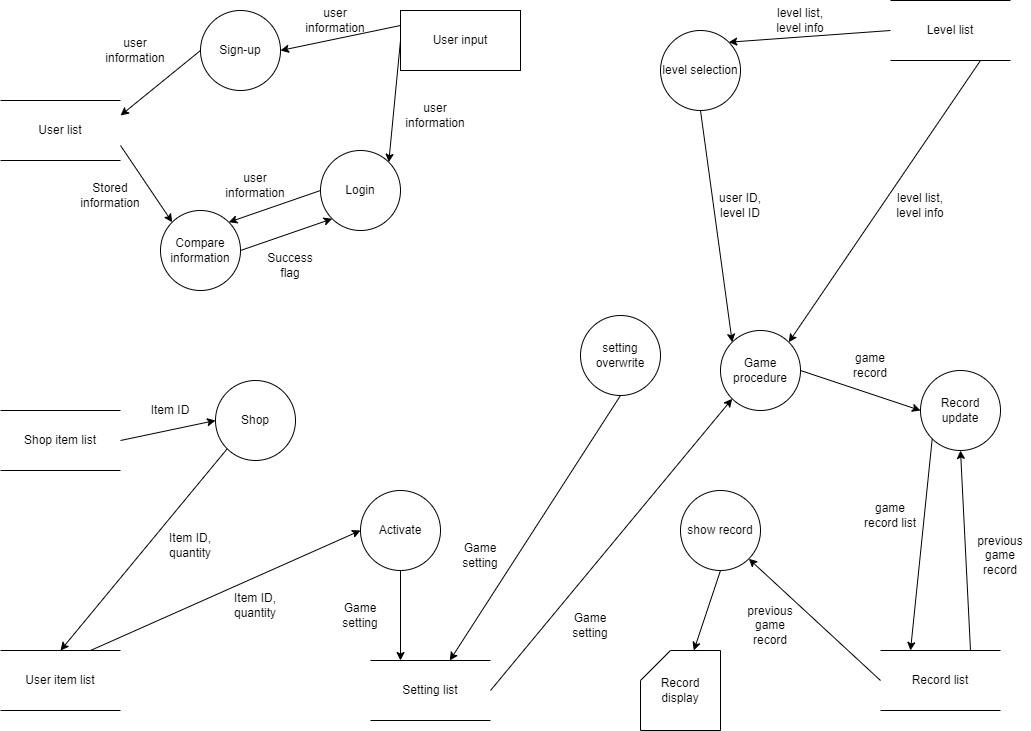
Earlier version of the draw.io export Pictures/DFD/gameflow_DFD.png (Mokmokhi/Pacman). Source tidied: cells renumbered, new cells last; positions are measured from the earlier drawing's top-left corner, leaving out a move shared by most shapes. The source it was exported from:
```xml
<mxGraphModel>
  <root>
    <mxCell id="0" />
    <mxCell id="1" parent="0" />
    <mxCell id="2" value="User list" style="shape=partialRectangle;whiteSpace=wrap;html=1;left=0;right=0;fillColor=none;" parent="1" vertex="1">
      <mxGeometry y="100" width="120" height="60" as="geometry" />
    </mxCell>
    <mxCell id="3" value="User input" style="rounded=0;whiteSpace=wrap;html=1;" parent="1" vertex="1">
      <mxGeometry x="400" y="10" width="120" height="60" as="geometry" />
    </mxCell>
    <mxCell id="4" value="Login" style="ellipse;whiteSpace=wrap;html=1;" parent="1" vertex="1">
      <mxGeometry x="320" y="150" width="80" height="80" as="geometry" />
    </mxCell>
    <mxCell id="5" style="endArrow=classic;html=1;rounded=0;entryX=1;entryY=0;entryDx=0;entryDy=0;exitX=0;exitY=0.5;exitDx=0;exitDy=0;" parent="1" edge="1" source="3" target="4">
      <mxGeometry relative="1" as="geometry" />
    </mxCell>
    <mxCell id="6" value="Sign-up" style="ellipse;whiteSpace=wrap;html=1;" parent="1" vertex="1">
      <mxGeometry x="200" y="10" width="80" height="80" as="geometry" />
    </mxCell>
    <mxCell id="7" style="endArrow=classic;html=1;rounded=0;entryX=1;entryY=0.25;entryDx=0;entryDy=0;exitX=0;exitY=0.5;exitDx=0;exitDy=0;" parent="1" edge="1" source="6" target="2">
      <mxGeometry relative="1" as="geometry" />
    </mxCell>
    <mxCell id="8" style="endArrow=classic;html=1;rounded=0;entryX=1;entryY=0.5;entryDx=0;entryDy=0;exitX=0;exitY=0.25;exitDx=0;exitDy=0;" parent="1" edge="1" source="3" target="6">
      <mxGeometry relative="1" as="geometry" />
    </mxCell>
    <mxCell id="9" value="user information" style="text;html=1;strokeColor=none;fillColor=none;align=center;verticalAlign=middle;whiteSpace=wrap;rounded=0;" parent="1" vertex="1">
      <mxGeometry x="100" y="35" width="70" height="30" as="geometry" />
    </mxCell>
    <mxCell id="10" value="user information" style="text;html=1;strokeColor=none;fillColor=none;align=center;verticalAlign=middle;whiteSpace=wrap;rounded=0;" parent="1" vertex="1">
      <mxGeometry x="300" y="5" width="70" height="30" as="geometry" />
    </mxCell>
    <mxCell id="11" value="user information" style="text;html=1;strokeColor=none;fillColor=none;align=center;verticalAlign=middle;whiteSpace=wrap;rounded=0;" parent="1" vertex="1">
      <mxGeometry x="400" y="100" width="70" height="30" as="geometry" />
    </mxCell>
    <mxCell id="12" value="Compare information" style="ellipse;whiteSpace=wrap;html=1;" parent="1" vertex="1">
      <mxGeometry x="160" y="210" width="80" height="80" as="geometry" />
    </mxCell>
    <mxCell id="13" style="endArrow=classic;html=1;rounded=0;entryX=0;entryY=0;entryDx=0;entryDy=0;exitX=1;exitY=0.75;exitDx=0;exitDy=0;" parent="1" edge="1" source="2" target="12">
      <mxGeometry relative="1" as="geometry" />
    </mxCell>
    <mxCell id="14" value="Stored information" style="text;html=1;strokeColor=none;fillColor=none;align=center;verticalAlign=middle;whiteSpace=wrap;rounded=0;" parent="1" vertex="1">
      <mxGeometry x="80" y="180" width="60" height="30" as="geometry" />
    </mxCell>
    <mxCell id="15" value="user information" style="text;html=1;strokeColor=none;fillColor=none;align=center;verticalAlign=middle;whiteSpace=wrap;rounded=0;" parent="1" vertex="1">
      <mxGeometry x="220" y="170" width="70" height="30" as="geometry" />
    </mxCell>
    <mxCell id="16" style="endArrow=classic;html=1;rounded=0;entryX=1;entryY=0;entryDx=0;entryDy=0;exitX=0;exitY=0.5;exitDx=0;exitDy=0;" parent="1" edge="1" source="4" target="12">
      <mxGeometry relative="1" as="geometry" />
    </mxCell>
    <mxCell id="17" style="endArrow=classic;html=1;rounded=0;exitX=1;exitY=0.5;exitDx=0;exitDy=0;entryX=0;entryY=1;entryDx=0;entryDy=0;" parent="1" edge="1" source="12" target="4">
      <mxGeometry relative="1" as="geometry" />
    </mxCell>
    <mxCell id="18" value="Success flag" style="text;html=1;strokeColor=none;fillColor=none;align=center;verticalAlign=middle;whiteSpace=wrap;rounded=0;" parent="1" vertex="1">
      <mxGeometry x="260" y="250" width="60" height="30" as="geometry" />
    </mxCell>
    <mxCell id="19" value="Setting list" style="shape=partialRectangle;whiteSpace=wrap;html=1;left=0;right=0;fillColor=none;" parent="1" vertex="1">
      <mxGeometry x="370" y="660" width="120" height="60" as="geometry" />
    </mxCell>
    <mxCell id="20" value="setting overwrite" style="ellipse;whiteSpace=wrap;html=1;" parent="1" vertex="1">
      <mxGeometry x="580" y="315" width="80" height="80" as="geometry" />
    </mxCell>
    <mxCell id="21" style="endArrow=classic;html=1;rounded=0;exitX=0.5;exitY=1;exitDx=0;exitDy=0;" parent="1" edge="1" source="20" target="19">
      <mxGeometry relative="1" as="geometry" />
    </mxCell>
    <mxCell id="22" value="Game setting" style="text;html=1;strokeColor=none;fillColor=none;align=center;verticalAlign=middle;whiteSpace=wrap;rounded=0;" parent="1" vertex="1">
      <mxGeometry x="450" y="540" width="60" height="30" as="geometry" />
    </mxCell>
    <mxCell id="23" value="Game procedure" style="ellipse;whiteSpace=wrap;html=1;" parent="1" vertex="1">
      <mxGeometry x="720" y="330" width="80" height="80" as="geometry" />
    </mxCell>
    <mxCell id="24" style="endArrow=classic;html=1;rounded=0;entryX=0;entryY=1;entryDx=0;entryDy=0;exitX=1;exitY=0.5;exitDx=0;exitDy=0;" parent="1" edge="1" source="19" target="23">
      <mxGeometry relative="1" as="geometry" />
    </mxCell>
    <mxCell id="25" value="Game setting" style="text;html=1;strokeColor=none;fillColor=none;align=center;verticalAlign=middle;whiteSpace=wrap;rounded=0;" parent="1" vertex="1">
      <mxGeometry x="560" y="610" width="60" height="30" as="geometry" />
    </mxCell>
    <mxCell id="26" value="Shop" style="ellipse;whiteSpace=wrap;html=1;" parent="1" vertex="1">
      <mxGeometry x="215" y="380" width="80" height="80" as="geometry" />
    </mxCell>
    <mxCell id="27" value="Shop item list" style="shape=partialRectangle;whiteSpace=wrap;html=1;left=0;right=0;fillColor=none;" parent="1" vertex="1">
      <mxGeometry y="410" width="120" height="60" as="geometry" />
    </mxCell>
    <mxCell id="28" style="endArrow=classic;html=1;rounded=0;entryX=0;entryY=0.5;entryDx=0;entryDy=0;exitX=1;exitY=0.5;exitDx=0;exitDy=0;" parent="1" edge="1" source="27" target="26">
      <mxGeometry relative="1" as="geometry" />
    </mxCell>
    <mxCell id="29" value="User item list" style="shape=partialRectangle;whiteSpace=wrap;html=1;left=0;right=0;fillColor=none;" parent="1" vertex="1">
      <mxGeometry y="650" width="120" height="60" as="geometry" />
    </mxCell>
    <mxCell id="30" style="endArrow=classic;html=1;rounded=0;exitX=0;exitY=1;exitDx=0;exitDy=0;entryX=0.5;entryY=0;entryDx=0;entryDy=0;" parent="1" edge="1" source="26" target="29">
      <mxGeometry relative="1" as="geometry" />
    </mxCell>
    <mxCell id="31" value="Item ID" style="text;html=1;strokeColor=none;fillColor=none;align=center;verticalAlign=middle;whiteSpace=wrap;rounded=0;" parent="1" vertex="1">
      <mxGeometry x="140" y="395" width="60" height="30" as="geometry" />
    </mxCell>
    <mxCell id="32" value="Item ID, quantity" style="text;html=1;strokeColor=none;fillColor=none;align=center;verticalAlign=middle;whiteSpace=wrap;rounded=0;" parent="1" vertex="1">
      <mxGeometry x="160" y="530" width="60" height="30" as="geometry" />
    </mxCell>
    <mxCell id="33" style="endArrow=classic;html=1;rounded=0;entryX=0;entryY=0.5;entryDx=0;entryDy=0;exitX=0.75;exitY=0;exitDx=0;exitDy=0;" parent="1" edge="1" source="29" target="35">
      <mxGeometry relative="1" as="geometry" />
    </mxCell>
    <mxCell id="34" value="Item ID, quantity" style="text;html=1;strokeColor=none;fillColor=none;align=center;verticalAlign=middle;whiteSpace=wrap;rounded=0;" parent="1" vertex="1">
      <mxGeometry x="225" y="590" width="60" height="30" as="geometry" />
    </mxCell>
    <mxCell id="35" value="Activate" style="ellipse;whiteSpace=wrap;html=1;" parent="1" vertex="1">
      <mxGeometry x="360" y="490" width="80" height="80" as="geometry" />
    </mxCell>
    <mxCell id="36" style="endArrow=classic;html=1;rounded=0;exitX=0.5;exitY=1;exitDx=0;exitDy=0;entryX=0.25;entryY=0;entryDx=0;entryDy=0;" parent="1" edge="1" source="35" target="19">
      <mxGeometry relative="1" as="geometry" />
    </mxCell>
    <mxCell id="37" value="Record list" style="shape=partialRectangle;whiteSpace=wrap;html=1;left=0;right=0;fillColor=none;" parent="1" vertex="1">
      <mxGeometry x="880" y="650" width="120" height="60" as="geometry" />
    </mxCell>
    <mxCell id="38" style="endArrow=classic;html=1;rounded=0;entryX=0;entryY=0.5;entryDx=0;entryDy=0;exitX=1;exitY=0.5;exitDx=0;exitDy=0;" parent="1" edge="1" source="23" target="39">
      <mxGeometry relative="1" as="geometry" />
    </mxCell>
    <mxCell id="39" value="Record update" style="ellipse;whiteSpace=wrap;html=1;" parent="1" vertex="1">
      <mxGeometry x="920" y="370" width="80" height="80" as="geometry" />
    </mxCell>
    <mxCell id="40" value="game record" style="text;html=1;strokeColor=none;fillColor=none;align=center;verticalAlign=middle;whiteSpace=wrap;rounded=0;" parent="1" vertex="1">
      <mxGeometry x="840" y="350" width="60" height="30" as="geometry" />
    </mxCell>
    <mxCell id="41" style="endArrow=classic;html=1;rounded=0;entryX=0.5;entryY=1;entryDx=0;entryDy=0;exitX=0.75;exitY=0;exitDx=0;exitDy=0;" parent="1" edge="1" source="37" target="39">
      <mxGeometry relative="1" as="geometry" />
    </mxCell>
    <mxCell id="42" value="previous game record" style="text;html=1;strokeColor=none;fillColor=none;align=center;verticalAlign=middle;whiteSpace=wrap;rounded=0;" parent="1" vertex="1">
      <mxGeometry x="970" y="540" width="60" height="30" as="geometry" />
    </mxCell>
    <mxCell id="43" style="endArrow=classic;html=1;rounded=0;entryX=0.25;entryY=0;entryDx=0;entryDy=0;exitX=0;exitY=1;exitDx=0;exitDy=0;" parent="1" edge="1" source="39" target="37">
      <mxGeometry relative="1" as="geometry" />
    </mxCell>
    <mxCell id="44" value="game record list" style="text;html=1;strokeColor=none;fillColor=none;align=center;verticalAlign=middle;whiteSpace=wrap;rounded=0;" parent="1" vertex="1">
      <mxGeometry x="860" y="500" width="60" height="30" as="geometry" />
    </mxCell>
    <mxCell id="45" value="show record" style="ellipse;whiteSpace=wrap;html=1;" parent="1" vertex="1">
      <mxGeometry x="680" y="490" width="80" height="80" as="geometry" />
    </mxCell>
    <mxCell id="46" style="endArrow=classic;html=1;rounded=0;entryX=1;entryY=1;entryDx=0;entryDy=0;exitX=0;exitY=0.5;exitDx=0;exitDy=0;" parent="1" edge="1" source="37" target="45">
      <mxGeometry relative="1" as="geometry" />
    </mxCell>
    <mxCell id="47" value="previous game record" style="text;html=1;strokeColor=none;fillColor=none;align=center;verticalAlign=middle;whiteSpace=wrap;rounded=0;" parent="1" vertex="1">
      <mxGeometry x="740" y="610" width="60" height="30" as="geometry" />
    </mxCell>
    <mxCell id="48" style="endArrow=classic;html=1;rounded=0;exitX=0.5;exitY=1;exitDx=0;exitDy=0;" parent="1" edge="1" source="45" target="49">
      <mxGeometry relative="1" as="geometry" />
    </mxCell>
    <mxCell id="49" value="Record display" style="shape=card;whiteSpace=wrap;html=1;" parent="1" vertex="1">
      <mxGeometry x="640" y="650" width="80" height="80" as="geometry" />
    </mxCell>
    <mxCell id="50" value="level selection" style="ellipse;whiteSpace=wrap;html=1;" parent="1" vertex="1">
      <mxGeometry x="660" y="30" width="80" height="80" as="geometry" />
    </mxCell>
    <mxCell id="51" style="endArrow=classic;html=1;rounded=0;entryX=0;entryY=0;entryDx=0;entryDy=0;exitX=0.5;exitY=1;exitDx=0;exitDy=0;" parent="1" edge="1" source="50" target="23">
      <mxGeometry relative="1" as="geometry" />
    </mxCell>
    <mxCell id="52" value="Level list" style="shape=partialRectangle;whiteSpace=wrap;html=1;left=0;right=0;fillColor=none;" parent="1" vertex="1">
      <mxGeometry x="890" width="120" height="60" as="geometry" />
    </mxCell>
    <mxCell id="53" style="endArrow=classic;html=1;rounded=0;exitX=0;exitY=0.5;exitDx=0;exitDy=0;entryX=1;entryY=0;entryDx=0;entryDy=0;" parent="1" edge="1" source="52" target="50">
      <mxGeometry relative="1" as="geometry" />
    </mxCell>
    <mxCell id="54" style="endArrow=classic;html=1;rounded=0;entryX=1;entryY=0;entryDx=0;entryDy=0;exitX=0.75;exitY=1;exitDx=0;exitDy=0;" parent="1" edge="1" source="52" target="23">
      <mxGeometry relative="1" as="geometry" />
    </mxCell>
    <mxCell id="55" value="level list, level info" style="text;html=1;strokeColor=none;fillColor=none;align=center;verticalAlign=middle;whiteSpace=wrap;rounded=0;" parent="1" vertex="1">
      <mxGeometry x="770" y="5" width="60" height="30" as="geometry" />
    </mxCell>
    <mxCell id="56" value="user ID, level ID" style="text;html=1;strokeColor=none;fillColor=none;align=center;verticalAlign=middle;whiteSpace=wrap;rounded=0;" parent="1" vertex="1">
      <mxGeometry x="710" y="190" width="60" height="30" as="geometry" />
    </mxCell>
    <mxCell id="57" value="level list, level info" style="text;html=1;strokeColor=none;fillColor=none;align=center;verticalAlign=middle;whiteSpace=wrap;rounded=0;" parent="1" vertex="1">
      <mxGeometry x="890" y="190" width="60" height="30" as="geometry" />
    </mxCell>
    <mxCell id="58" value="Game setting" style="text;html=1;strokeColor=none;fillColor=none;align=center;verticalAlign=middle;whiteSpace=wrap;rounded=0;" parent="1" vertex="1">
      <mxGeometry x="330" y="600" width="60" height="30" as="geometry" />
    </mxCell>
  </root>
</mxGraphModel>
```
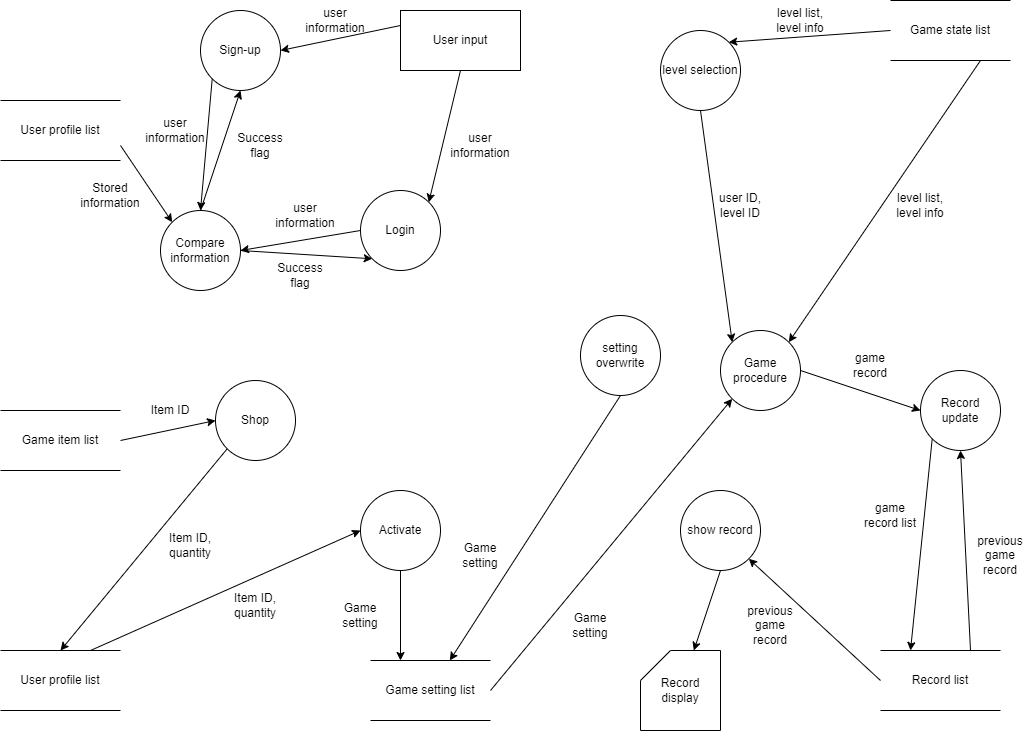
After the commit.

Change to the diagram source:
```diff
@@ -2,35 +2,32 @@
   <root>
     <mxCell id="0" />
     <mxCell id="1" parent="0" />
-    <mxCell id="2" value="User list" style="shape=partialRectangle;whiteSpace=wrap;html=1;left=0;right=0;fillColor=none;" parent="1" vertex="1">
+    <mxCell id="2" value="User profile list" style="shape=partialRectangle;whiteSpace=wrap;html=1;left=0;right=0;fillColor=none;" parent="1" vertex="1">
       <mxGeometry y="100" width="120" height="60" as="geometry" />
     </mxCell>
     <mxCell id="3" value="User input" style="rounded=0;whiteSpace=wrap;html=1;" parent="1" vertex="1">
       <mxGeometry x="400" y="10" width="120" height="60" as="geometry" />
     </mxCell>
     <mxCell id="4" value="Login" style="ellipse;whiteSpace=wrap;html=1;" parent="1" vertex="1">
-      <mxGeometry x="320" y="150" width="80" height="80" as="geometry" />
+      <mxGeometry x="360" y="190" width="80" height="80" as="geometry" />
     </mxCell>
-    <mxCell id="5" style="endArrow=classic;html=1;rounded=0;entryX=1;entryY=0;entryDx=0;entryDy=0;exitX=0;exitY=0.5;exitDx=0;exitDy=0;" parent="1" edge="1" source="3" target="4">
+    <mxCell id="5" style="endArrow=classic;html=1;rounded=0;entryX=1;entryY=0;entryDx=0;entryDy=0;exitX=0.5;exitY=1;exitDx=0;exitDy=0;" parent="1" edge="1" source="3" target="4">
       <mxGeometry relative="1" as="geometry" />
     </mxCell>
     <mxCell id="6" value="Sign-up" style="ellipse;whiteSpace=wrap;html=1;" parent="1" vertex="1">
       <mxGeometry x="200" y="10" width="80" height="80" as="geometry" />
     </mxCell>
-    <mxCell id="7" style="endArrow=classic;html=1;rounded=0;entryX=1;entryY=0.25;entryDx=0;entryDy=0;exitX=0;exitY=0.5;exitDx=0;exitDy=0;" parent="1" edge="1" source="6" target="2">
-      <mxGeometry relative="1" as="geometry" />
-    </mxCell>
     <mxCell id="8" style="endArrow=classic;html=1;rounded=0;entryX=1;entryY=0.5;entryDx=0;entryDy=0;exitX=0;exitY=0.25;exitDx=0;exitDy=0;" parent="1" edge="1" source="3" target="6">
       <mxGeometry relative="1" as="geometry" />
     </mxCell>
     <mxCell id="9" value="user information" style="text;html=1;strokeColor=none;fillColor=none;align=center;verticalAlign=middle;whiteSpace=wrap;rounded=0;" parent="1" vertex="1">
-      <mxGeometry x="100" y="35" width="70" height="30" as="geometry" />
+      <mxGeometry x="140" y="115" width="70" height="30" as="geometry" />
     </mxCell>
     <mxCell id="10" value="user information" style="text;html=1;strokeColor=none;fillColor=none;align=center;verticalAlign=middle;whiteSpace=wrap;rounded=0;" parent="1" vertex="1">
       <mxGeometry x="300" y="5" width="70" height="30" as="geometry" />
     </mxCell>
     <mxCell id="11" value="user information" style="text;html=1;strokeColor=none;fillColor=none;align=center;verticalAlign=middle;whiteSpace=wrap;rounded=0;" parent="1" vertex="1">
-      <mxGeometry x="400" y="100" width="70" height="30" as="geometry" />
+      <mxGeometry x="445" y="130" width="70" height="30" as="geometry" />
     </mxCell>
     <mxCell id="12" value="Compare information" style="ellipse;whiteSpace=wrap;html=1;" parent="1" vertex="1">
       <mxGeometry x="160" y="210" width="80" height="80" as="geometry" />
@@ -42,18 +39,18 @@
       <mxGeometry x="80" y="180" width="60" height="30" as="geometry" />
     </mxCell>
     <mxCell id="15" value="user information" style="text;html=1;strokeColor=none;fillColor=none;align=center;verticalAlign=middle;whiteSpace=wrap;rounded=0;" parent="1" vertex="1">
-      <mxGeometry x="220" y="170" width="70" height="30" as="geometry" />
+      <mxGeometry x="270" y="200" width="70" height="30" as="geometry" />
     </mxCell>
-    <mxCell id="16" style="endArrow=classic;html=1;rounded=0;entryX=1;entryY=0;entryDx=0;entryDy=0;exitX=0;exitY=0.5;exitDx=0;exitDy=0;" parent="1" edge="1" source="4" target="12">
+    <mxCell id="16" style="endArrow=classic;html=1;rounded=0;entryX=1;entryY=0.5;entryDx=0;entryDy=0;exitX=0;exitY=0.5;exitDx=0;exitDy=0;" parent="1" edge="1" source="4" target="12">
       <mxGeometry relative="1" as="geometry" />
     </mxCell>
     <mxCell id="17" style="endArrow=classic;html=1;rounded=0;exitX=1;exitY=0.5;exitDx=0;exitDy=0;entryX=0;entryY=1;entryDx=0;entryDy=0;" parent="1" edge="1" source="12" target="4">
       <mxGeometry relative="1" as="geometry" />
     </mxCell>
     <mxCell id="18" value="Success flag" style="text;html=1;strokeColor=none;fillColor=none;align=center;verticalAlign=middle;whiteSpace=wrap;rounded=0;" parent="1" vertex="1">
-      <mxGeometry x="260" y="250" width="60" height="30" as="geometry" />
+      <mxGeometry x="270" y="260" width="60" height="30" as="geometry" />
     </mxCell>
-    <mxCell id="19" value="Setting list" style="shape=partialRectangle;whiteSpace=wrap;html=1;left=0;right=0;fillColor=none;" parent="1" vertex="1">
+    <mxCell id="19" value="Game setting list" style="shape=partialRectangle;whiteSpace=wrap;html=1;left=0;right=0;fillColor=none;" parent="1" vertex="1">
       <mxGeometry x="370" y="660" width="120" height="60" as="geometry" />
     </mxCell>
     <mxCell id="20" value="setting overwrite" style="ellipse;whiteSpace=wrap;html=1;" parent="1" vertex="1">
@@ -77,13 +74,13 @@
     <mxCell id="26" value="Shop" style="ellipse;whiteSpace=wrap;html=1;" parent="1" vertex="1">
       <mxGeometry x="215" y="380" width="80" height="80" as="geometry" />
     </mxCell>
-    <mxCell id="27" value="Shop item list" style="shape=partialRectangle;whiteSpace=wrap;html=1;left=0;right=0;fillColor=none;" parent="1" vertex="1">
+    <mxCell id="27" value="Game item list" style="shape=partialRectangle;whiteSpace=wrap;html=1;left=0;right=0;fillColor=none;" parent="1" vertex="1">
       <mxGeometry y="410" width="120" height="60" as="geometry" />
     </mxCell>
     <mxCell id="28" style="endArrow=classic;html=1;rounded=0;entryX=0;entryY=0.5;entryDx=0;entryDy=0;exitX=1;exitY=0.5;exitDx=0;exitDy=0;" parent="1" edge="1" source="27" target="26">
       <mxGeometry relative="1" as="geometry" />
     </mxCell>
-    <mxCell id="29" value="User item list" style="shape=partialRectangle;whiteSpace=wrap;html=1;left=0;right=0;fillColor=none;" parent="1" vertex="1">
+    <mxCell id="29" value="User profile list" style="shape=partialRectangle;whiteSpace=wrap;html=1;left=0;right=0;fillColor=none;" parent="1" vertex="1">
       <mxGeometry y="650" width="120" height="60" as="geometry" />
     </mxCell>
     <mxCell id="30" style="endArrow=classic;html=1;rounded=0;exitX=0;exitY=1;exitDx=0;exitDy=0;entryX=0.5;entryY=0;entryDx=0;entryDy=0;" parent="1" edge="1" source="26" target="29">
@@ -152,7 +149,7 @@
     <mxCell id="51" style="endArrow=classic;html=1;rounded=0;entryX=0;entryY=0;entryDx=0;entryDy=0;exitX=0.5;exitY=1;exitDx=0;exitDy=0;" parent="1" edge="1" source="50" target="23">
       <mxGeometry relative="1" as="geometry" />
     </mxCell>
-    <mxCell id="52" value="Level list" style="shape=partialRectangle;whiteSpace=wrap;html=1;left=0;right=0;fillColor=none;" parent="1" vertex="1">
+    <mxCell id="52" value="Game state list" style="shape=partialRectangle;whiteSpace=wrap;html=1;left=0;right=0;fillColor=none;" parent="1" vertex="1">
       <mxGeometry x="890" width="120" height="60" as="geometry" />
     </mxCell>
     <mxCell id="53" style="endArrow=classic;html=1;rounded=0;exitX=0;exitY=0.5;exitDx=0;exitDy=0;entryX=1;entryY=0;entryDx=0;entryDy=0;" parent="1" edge="1" source="52" target="50">
@@ -173,5 +170,14 @@
     <mxCell id="58" value="Game setting" style="text;html=1;strokeColor=none;fillColor=none;align=center;verticalAlign=middle;whiteSpace=wrap;rounded=0;" parent="1" vertex="1">
       <mxGeometry x="330" y="600" width="60" height="30" as="geometry" />
     </mxCell>
+    <mxCell id="59" style="endArrow=classic;html=1;rounded=0;entryX=0.5;entryY=0;entryDx=0;entryDy=0;exitX=0;exitY=1;exitDx=0;exitDy=0;" parent="1" edge="1" source="6" target="12">
+      <mxGeometry relative="1" as="geometry" />
+    </mxCell>
+    <mxCell id="60" style="endArrow=classic;html=1;rounded=0;exitX=0.5;exitY=0;exitDx=0;exitDy=0;entryX=0.5;entryY=1;entryDx=0;entryDy=0;" parent="1" edge="1" source="12" target="6">
+      <mxGeometry relative="1" as="geometry" />
+    </mxCell>
+    <mxCell id="61" value="Success flag" style="text;html=1;strokeColor=none;fillColor=none;align=center;verticalAlign=middle;whiteSpace=wrap;rounded=0;" parent="1" vertex="1">
+      <mxGeometry x="230" y="130" width="60" height="30" as="geometry" />
+    </mxCell>
   </root>
 </mxGraphModel>
```
